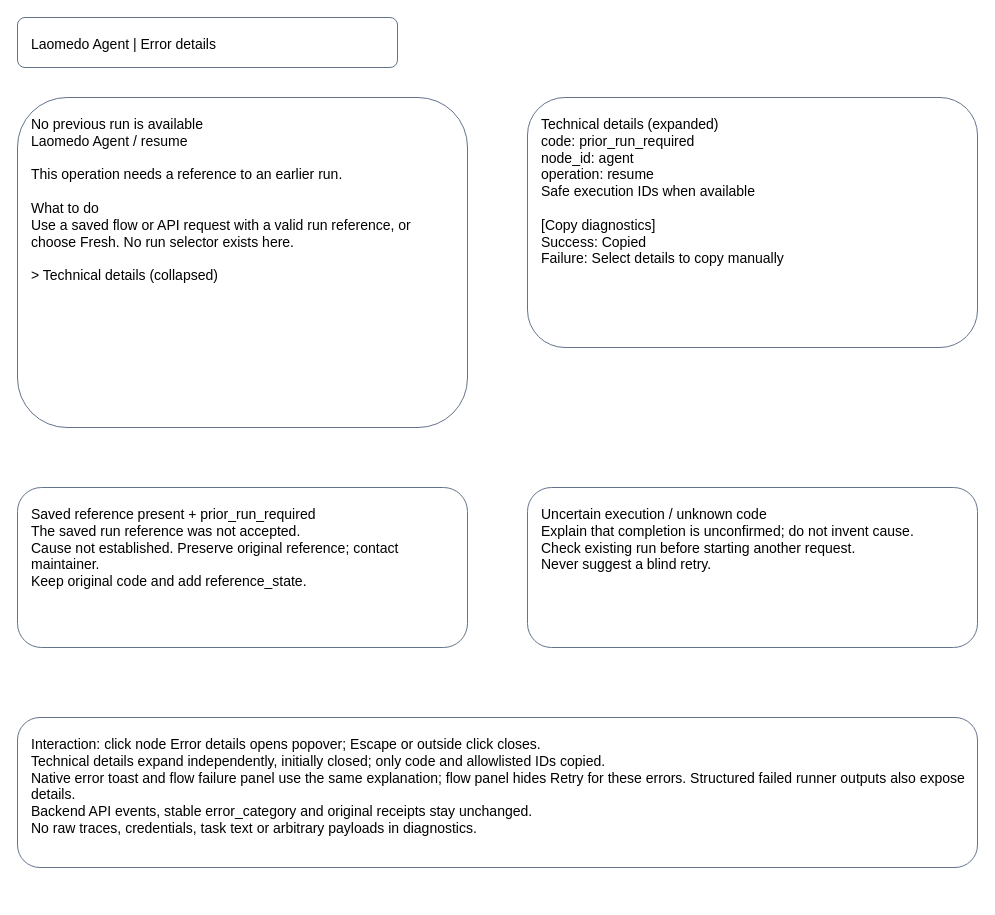
Above: projects/laomedo/subsystems/agent-execution/design/node-error-details.drawio in amadou-6e/specs (draw.io), before the change. Source tidied: cells renumbered, new cells numbered last; positions are measured from the earlier drawing's top-left corner, leaving out a move shared by most shapes. Both pictures are drawn from the tidied source at 100%, with x=0, y=0 at pixel (17, 17).
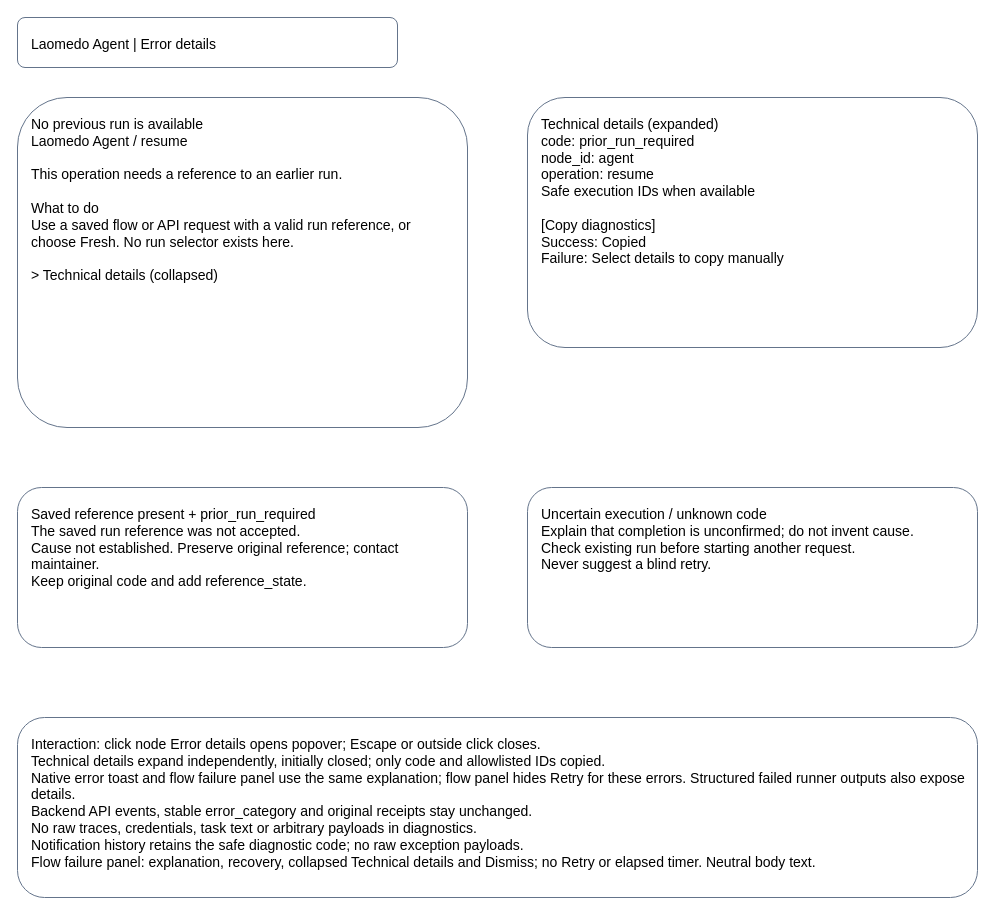
The same diagram, later.

Commit message:
Include safe notification history and flow failure presentation

Diff of the diagram source:
```diff
@@
 <mxGraphModel>
   <root>
     <mxCell id="0" />
     <mxCell id="1" parent="0" />
     <mxCell id="2" value="Laomedo Agent | Error details" style="rounded=1;whiteSpace=wrap;html=0;align=left;verticalAlign=top;spacing=14;fillColor=#ffffff;strokeColor=#64748b;fontSize=14;" parent="1" vertex="1">
       <mxGeometry width="380" height="50" as="geometry" />
     </mxCell>
     <mxCell id="3" value="No previous run is available&#10;Laomedo Agent / resume&#10;&#10;This operation needs a reference to an earlier run.&#10;&#10;What to do&#10;Use a saved flow or API request with a valid run reference, or choose Fresh. No run selector exists here.&#10;&#10;&gt; Technical details (collapsed)" style="rounded=1;whiteSpace=wrap;html=0;align=left;verticalAlign=top;spacing=14;fillColor=#ffffff;strokeColor=#64748b;fontSize=14;" parent="1" vertex="1">
       <mxGeometry y="80" width="450" height="330" as="geometry" />
     </mxCell>
     <mxCell id="4" value="Technical details (expanded)&#10;code: prior_run_required&#10;node_id: agent&#10;operation: resume&#10;Safe execution IDs when available&#10;&#10;[Copy diagnostics]&#10;Success: Copied&#10;Failure: Select details to copy manually" style="rounded=1;whiteSpace=wrap;html=0;align=left;verticalAlign=top;spacing=14;fillColor=#ffffff;strokeColor=#64748b;fontSize=14;" parent="1" vertex="1">
       <mxGeometry x="510" y="80" width="450" height="250" as="geometry" />
     </mxCell>
     <mxCell id="5" value="Saved reference present + prior_run_required&#10;The saved run reference was not accepted.&#10;Cause not established. Preserve original reference; contact maintainer.&#10;Keep original code and add reference_state." style="rounded=1;whiteSpace=wrap;html=0;align=left;verticalAlign=top;spacing=14;fillColor=#ffffff;strokeColor=#64748b;fontSize=14;" parent="1" vertex="1">
       <mxGeometry y="470" width="450" height="160" as="geometry" />
     </mxCell>
     <mxCell id="6" value="Uncertain execution / unknown code&#10;Explain that completion is unconfirmed; do not invent cause.&#10;Check existing run before starting another request.&#10;Never suggest a blind retry." style="rounded=1;whiteSpace=wrap;html=0;align=left;verticalAlign=top;spacing=14;fillColor=#ffffff;strokeColor=#64748b;fontSize=14;" parent="1" vertex="1">
       <mxGeometry x="510" y="470" width="450" height="160" as="geometry" />
     </mxCell>
-    <mxCell id="7" value="Interaction: click node Error details opens popover; Escape or outside click closes.&#10;Technical details expand independently, initially closed; only code and allowlisted IDs copied.&#10;Native error toast and flow failure panel use the same explanation; flow panel hides Retry for these errors. Structured failed runner outputs also expose details.&#10;Backend API events, stable error_category and original receipts stay unchanged.&#10;No raw traces, credentials, task text or arbitrary payloads in diagnostics." style="rounded=1;whiteSpace=wrap;html=0;align=left;verticalAlign=top;spacing=14;fillColor=#ffffff;strokeColor=#64748b;fontSize=14;" parent="1" vertex="1">
-      <mxGeometry y="700" width="960" height="150" as="geometry" />
+    <mxCell id="7" value="Interaction: click node Error details opens popover; Escape or outside click closes.&#10;Technical details expand independently, initially closed; only code and allowlisted IDs copied.&#10;Native error toast and flow failure panel use the same explanation; flow panel hides Retry for these errors. Structured failed runner outputs also expose details.&#10;Backend API events, stable error_category and original receipts stay unchanged.&#10;No raw traces, credentials, task text or arbitrary payloads in diagnostics.&#10;Notification history retains the safe diagnostic code; no raw exception payloads.&#10;Flow failure panel: explanation, recovery, collapsed Technical details and Dismiss; no Retry or elapsed timer. Neutral body text." style="rounded=1;whiteSpace=wrap;html=0;align=left;verticalAlign=top;spacing=14;fillColor=#ffffff;strokeColor=#64748b;fontSize=14;" parent="1" vertex="1">
+      <mxGeometry y="700" width="960" height="180" as="geometry" />
     </mxCell>
   </root>
 </mxGraphModel>
```
